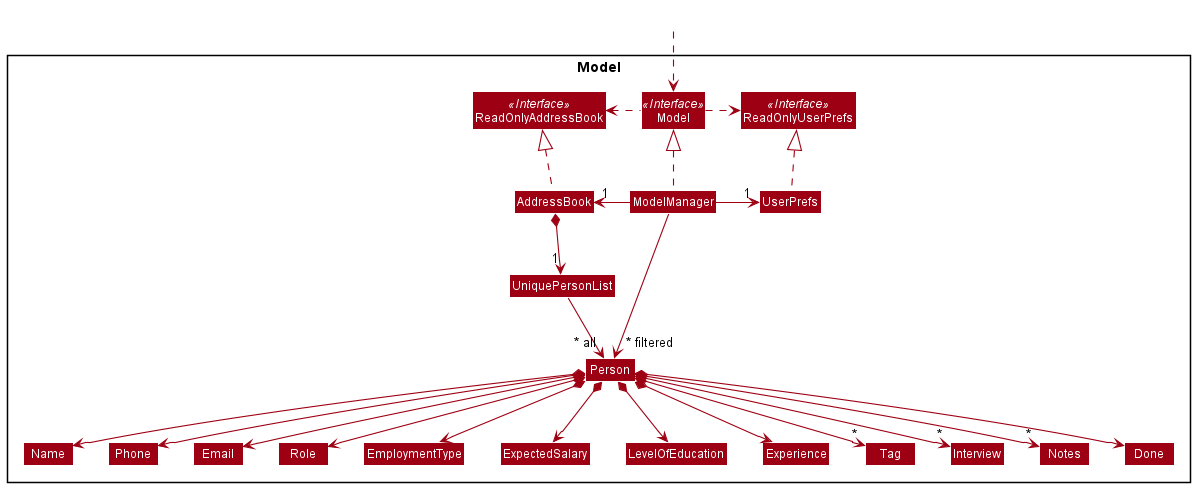
Before: docs/images/ModelClassDiagram.png, a diagram exported from PlantUML (nus-cs2103-AY2122S1/tp).
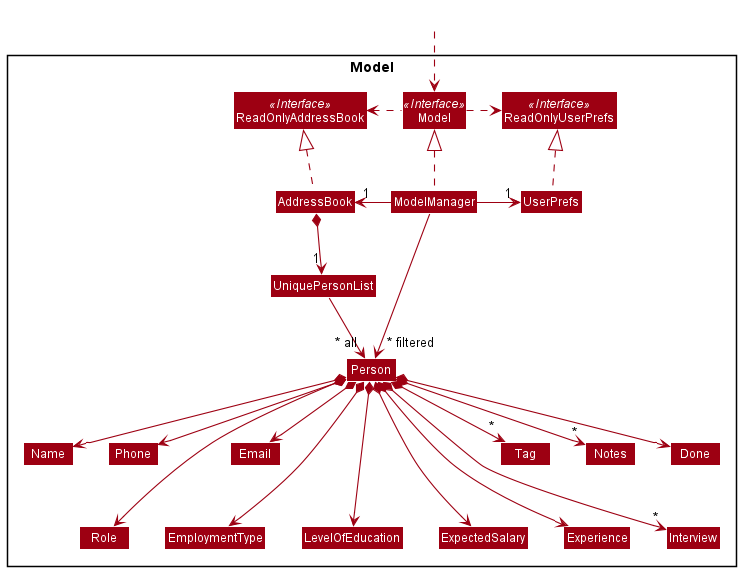
Later version of the same file.

Commit message:
Edit ModelClassDiagram to look more orderly

Change to the diagram source:
```diff
@@ -61,7 +61,12 @@
 Person *--> Done
 
 Name -[hidden]right-> Phone
-Phone -[hidden]right-> Email
+Role -[hidden]up-> Email
+EmploymentType -[hidden]left-> Role
+LevelOfEducation -[hidden]left-> EmploymentType
+ExpectedSalary -[hidden]left-> LevelOfEducation
+Experience -[hidden]left-> ExpectedSalary
+Interview -[hidden]left-> Experience
 
 ModelManager -->"~* filtered" Person
 @enduml
```
